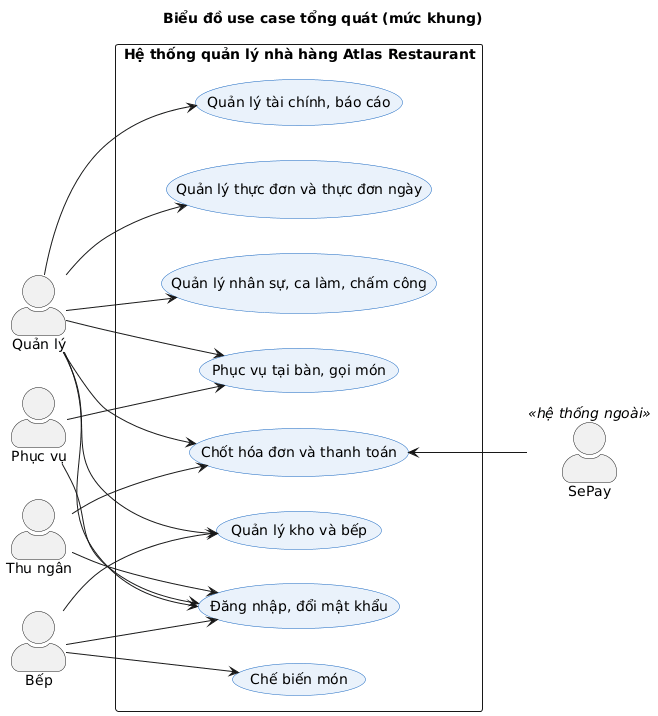
Earlier version of the PlantUML export docs/bao-cao-ltnc/uml/uc-tong-quat.png (Anpham120/restaurant-management-system). Its diagram source:
```plantuml
@startuml
!include _style.iuml
title Biểu đồ use case tổng quát (mức khung)
left to right direction
actor "Quản lý" as M
actor "Phục vụ" as W
actor "Bếp" as K
actor "Thu ngân" as C
actor "SePay" as S <<hệ thống ngoài>>
rectangle "Hệ thống quản lý nhà hàng Atlas Restaurant" {
  usecase "Đăng nhập, đổi mật khẩu" as UC0
  usecase "Quản lý nhân sự, ca làm, chấm công" as UC1
  usecase "Quản lý thực đơn và thực đơn ngày" as UC2
  usecase "Quản lý kho và bếp" as UC3
  usecase "Phục vụ tại bàn, gọi món" as UC4
  usecase "Chế biến món" as UC5
  usecase "Chốt hóa đơn và thanh toán" as UC6
  usecase "Quản lý tài chính, báo cáo" as UC7
}
M --> UC0
W --> UC0
K --> UC0
C --> UC0
M --> UC1
M --> UC2
M --> UC3
K --> UC3
W --> UC4
M --> UC4
K --> UC5
C --> UC6
M --> UC6
UC6 <-- S
M --> UC7
@enduml
```
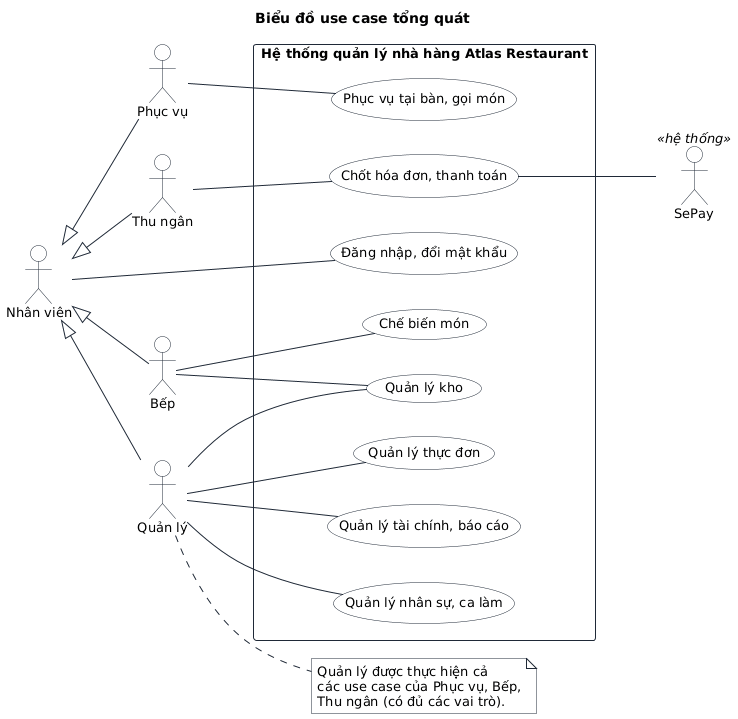
After the change.

The edit, as a diff of the source:
```diff
@@ -1,35 +1,37 @@
 @startuml
 !include _style.iuml
-title Biểu đồ use case tổng quát (mức khung)
+title Biểu đồ use case tổng quát
 left to right direction
-actor "Quản lý" as M
+actor "Nhân viên" as NV
 actor "Phục vụ" as W
 actor "Bếp" as K
 actor "Thu ngân" as C
-actor "SePay" as S <<hệ thống ngoài>>
+actor "Quản lý" as M
+actor "SePay" as S <<hệ thống>>
+W -up-|> NV
+K -up-|> NV
+C -up-|> NV
+M -up-|> NV
 rectangle "Hệ thống quản lý nhà hàng Atlas Restaurant" {
   usecase "Đăng nhập, đổi mật khẩu" as UC0
-  usecase "Quản lý nhân sự, ca làm, chấm công" as UC1
-  usecase "Quản lý thực đơn và thực đơn ngày" as UC2
-  usecase "Quản lý kho và bếp" as UC3
   usecase "Phục vụ tại bàn, gọi món" as UC4
   usecase "Chế biến món" as UC5
-  usecase "Chốt hóa đơn và thanh toán" as UC6
+  usecase "Chốt hóa đơn, thanh toán" as UC6
+  usecase "Quản lý nhân sự, ca làm" as UC1
+  usecase "Quản lý thực đơn" as UC2
+  usecase "Quản lý kho" as UC3
   usecase "Quản lý tài chính, báo cáo" as UC7
 }
-M --> UC0
-W --> UC0
-K --> UC0
-C --> UC0
-M --> UC1
-M --> UC2
-M --> UC3
-K --> UC3
-W --> UC4
-M --> UC4
-K --> UC5
-C --> UC6
-M --> UC6
-UC6 <-- S
-M --> UC7
+NV -- UC0
+W -- UC4
+K -- UC5
+K -- UC3
+C -- UC6
+M -- UC1
+M -- UC2
+M -- UC3
+M -- UC7
+UC6 -- S
+note "Quản lý được thực hiện cả\ncác use case của Phục vụ, Bếp,\nThu ngân (có đủ các vai trò)." as N
+M .. N
 @enduml
```
